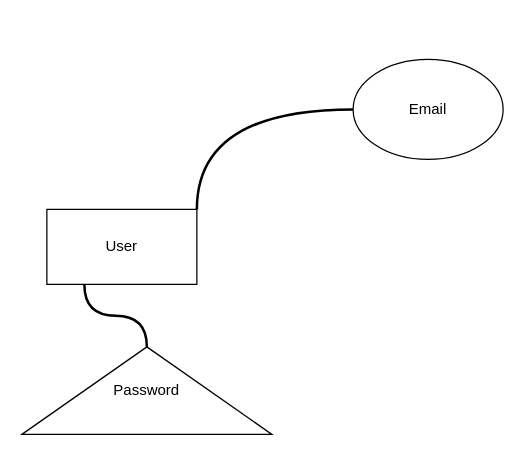
The draw.io diagram week1/exercise.drawio in KennethSoriano/SQLPractice, before the edit. Source tidied: cells renumbered, new cells numbered last; positions are measured from the earlier drawing's top-left corner, leaving out a move shared by most shapes. Both pictures are drawn from the tidied source at 125%, with x=0, y=0 at pixel (21, 59).
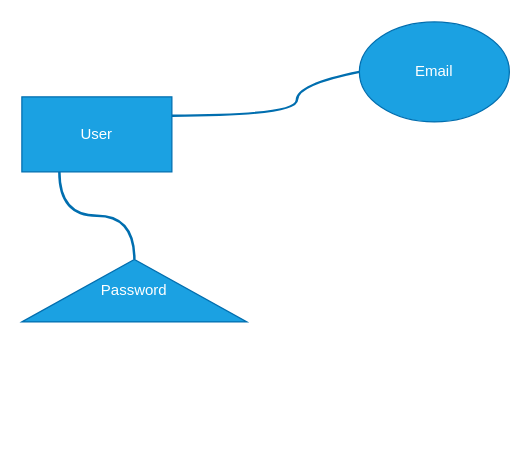
After the change.

Change to the diagram source:
```diff
@@
 <mxGraphModel>
   <root>
     <mxCell id="0" />
     <mxCell id="1" parent="0" />
+    <mxCell id="3" style="edgeStyle=orthogonalEdgeStyle;curved=1;html=1;exitX=0.25;exitY=1;exitDx=0;exitDy=0;entryX=1;entryY=0.5;entryDx=0;entryDy=0;endArrow=none;endFill=0;strokeWidth=2;rounded=0;fillColor=#1ba1e2;strokeColor=#006EAF;" parent="1" edge="1" source="4" target="6">
+      <mxGeometry relative="1" as="geometry" />
+    </mxCell>
-    <mxCell id="2" style="edgeStyle=orthogonalEdgeStyle;html=1;exitX=1;exitY=0;exitDx=0;exitDy=0;entryX=0;entryY=0.5;entryDx=0;entryDy=0;strokeWidth=2;endArrow=none;endFill=0;rounded=1;curved=1;" parent="1" edge="1" source="4" target="5">
-      <mxGeometry relative="1" as="geometry" />
+    <mxCell id="2" style="edgeStyle=none;html=1;exitX=1;exitY=0.25;exitDx=0;exitDy=0;entryX=0;entryY=0.5;entryDx=0;entryDy=0;strokeWidth=2;endArrow=none;endFill=0;curved=1;rounded=0;fillColor=#1ba1e2;strokeColor=#006EAF;" parent="1" edge="1" source="4" target="5">
+      <mxGeometry relative="1" as="geometry">
+        <Array as="points">
+          <mxPoint x="220" y="45" />
+          <mxPoint x="220" y="20" />
+        </Array>
+      </mxGeometry>
     </mxCell>
-    <mxCell id="3" style="edgeStyle=orthogonalEdgeStyle;curved=1;html=1;exitX=0.25;exitY=1;exitDx=0;exitDy=0;entryX=1;entryY=0.5;entryDx=0;entryDy=0;endArrow=none;endFill=0;strokeWidth=2;rounded=0;" parent="1" edge="1" source="4" target="6">
-      <mxGeometry relative="1" as="geometry" />
-    </mxCell>
-    <mxCell id="4" value="User" style="rounded=0;whiteSpace=wrap;html=1;" parent="1" vertex="1">
-      <mxGeometry x="20" y="120" width="120" height="60" as="geometry" />
+    <mxCell id="4" value="User" style="rounded=0;whiteSpace=wrap;html=1;fillColor=#1ba1e2;fontColor=#ffffff;strokeColor=#006EAF;" parent="1" vertex="1">
+      <mxGeometry y="30" width="120" height="60" as="geometry" />
     </mxCell>
-    <mxCell id="5" value="Email" style="ellipse;whiteSpace=wrap;html=1;rounded=0;" parent="1" vertex="1">
-      <mxGeometry x="265" width="120" height="80" as="geometry" />
+    <mxCell id="5" value="Email" style="ellipse;whiteSpace=wrap;html=1;rounded=0;fillColor=#1ba1e2;fontColor=#ffffff;strokeColor=#006EAF;" parent="1" vertex="1">
+      <mxGeometry x="270" y="-30" width="120" height="80" as="geometry" />
     </mxCell>
-    <mxCell id="6" value="Password" style="triangle;whiteSpace=wrap;html=1;direction=north;rounded=0;" parent="1" vertex="1">
-      <mxGeometry y="230" width="200" height="70" as="geometry" />
+    <mxCell id="6" value="Password" style="triangle;whiteSpace=wrap;html=1;direction=north;rounded=0;fillColor=#1ba1e2;fontColor=#ffffff;strokeColor=#006EAF;" parent="1" vertex="1">
+      <mxGeometry y="160" width="180" height="50" as="geometry" />
     </mxCell>
   </root>
 </mxGraphModel>
```
